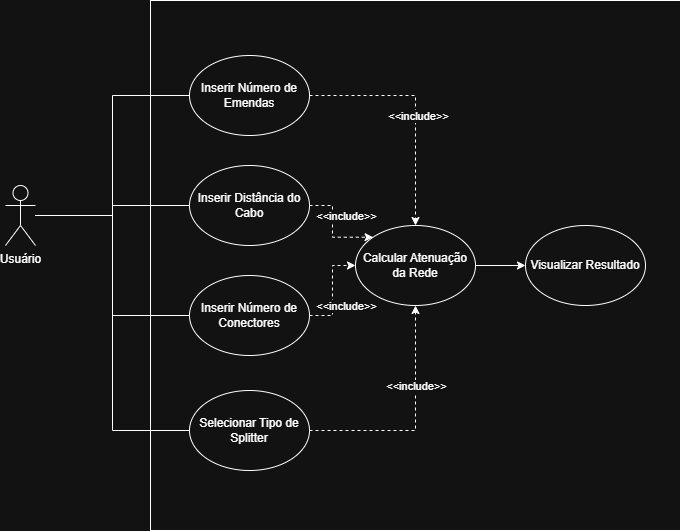
Above: Diagrama de caso de uso - GPON-Calculator.png in Danbr23/GPON-Calculator (draw.io), before the change. Source tidied: cells renumbered, new cells last; positions are measured from the earlier drawing's top-left corner, leaving out a move shared by most shapes.
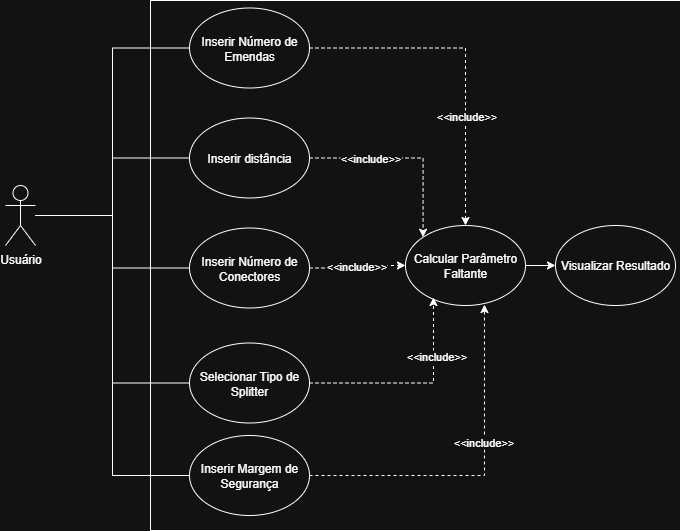
The same diagram one commit later.

Commit message:
Diagrama de caso de uso - ATUALIZADO

What changed in the source:
```diff
@@ -17,6 +17,9 @@
     <mxCell id="6" style="edgeStyle=orthogonalEdgeStyle;rounded=0;jettySize=auto;html=1;entryX=0;entryY=0.5;entryDx=0;entryDy=0;strokeColor=default;endArrow=none;startFill=0;" parent="1" edge="1" source="7" target="14">
       <mxGeometry relative="1" as="geometry" />
     </mxCell>
+    <mxCell id="23" style="edgeStyle=orthogonalEdgeStyle;rounded=0;jettySize=auto;html=1;entryX=0;entryY=0.5;entryDx=0;entryDy=0;endArrow=none;endFill=0;" parent="1" edge="1" source="7" target="24">
+      <mxGeometry relative="1" as="geometry" />
+    </mxCell>
     <mxCell id="7" value="Usuário" style="shape=umlActor;verticalLabelPosition=bottom;verticalAlign=top;html=1;outlineConnect=0;" parent="1" vertex="1">
       <mxGeometry y="185" width="30" height="60" as="geometry" />
     </mxCell>
@@ -25,49 +28,62 @@
     </mxCell>
     <mxCell id="9" value="&amp;lt;&amp;lt;include&lt;span style=&quot;background-color: light-dark(#ffffff, var(--ge-dark-color, #121212)); color: light-dark(rgb(0, 0, 0), rgb(255, 255, 255));&quot;&gt;&amp;gt;&amp;gt;&lt;/span&gt;" style="edgeLabel;html=1;align=center;verticalAlign=middle;" parent="8" vertex="1">
       <mxGeometry x="-0.24" y="-5" relative="1" as="geometry">
-        <mxPoint x="18" y="-3" as="offset" />
+        <mxPoint x="-13" y="-5" as="offset" />
       </mxGeometry>
     </mxCell>
-    <mxCell id="10" value="Inserir Distância do Cabo" style="ellipse;whiteSpace=wrap;html=1;" parent="1" vertex="1">
-      <mxGeometry x="184" y="165" width="120" height="80" as="geometry" />
+    <mxCell id="10" value="Inserir distância" style="ellipse;whiteSpace=wrap;html=1;" parent="1" vertex="1">
+      <mxGeometry x="184" y="117.5" width="120" height="80" as="geometry" />
     </mxCell>
     <mxCell id="11" value="Visualizar Resultado" style="ellipse;whiteSpace=wrap;html=1;" parent="1" vertex="1">
-      <mxGeometry x="520" y="225" width="120" height="80" as="geometry" />
+      <mxGeometry x="550" y="225" width="120" height="80" as="geometry" />
     </mxCell>
     <mxCell id="12" style="edgeStyle=orthogonalEdgeStyle;rounded=0;jettySize=auto;html=1;entryX=0.5;entryY=0;entryDx=0;entryDy=0;dashed=1;endArrow=classic;endFill=1;" parent="1" edge="1" source="14" target="16">
       <mxGeometry relative="1" as="geometry" />
     </mxCell>
     <mxCell id="13" value="&amp;lt;&amp;lt;include&lt;span style=&quot;color: light-dark(rgb(0, 0, 0), rgb(255, 255, 255));&quot;&gt;&amp;gt;&amp;gt;&lt;/span&gt;" style="edgeLabel;html=1;align=center;verticalAlign=middle;" parent="12" vertex="1">
-      <mxGeometry x="0.07" y="2" relative="1" as="geometry" />
+      <mxGeometry x="0.07" y="2" relative="1" as="geometry">
+        <mxPoint x="-2" y="46" as="offset" />
+      </mxGeometry>
     </mxCell>
     <mxCell id="14" value="Inserir Número de Emendas" style="ellipse;whiteSpace=wrap;html=1;" parent="1" vertex="1">
-      <mxGeometry x="184" y="55" width="120" height="80" as="geometry" />
+      <mxGeometry x="184" y="7.5" width="120" height="80" as="geometry" />
     </mxCell>
     <mxCell id="15" style="edgeStyle=orthogonalEdgeStyle;rounded=0;jettySize=auto;html=1;entryX=0;entryY=0.5;entryDx=0;entryDy=0;endArrow=classic;endFill=1;" parent="1" edge="1" source="16" target="11">
       <mxGeometry relative="1" as="geometry" />
     </mxCell>
-    <mxCell id="16" value="Calcular Atenuação da Rede" style="ellipse;whiteSpace=wrap;html=1;" parent="1" vertex="1">
-      <mxGeometry x="350" y="225" width="120" height="80" as="geometry" />
+    <mxCell id="16" value="Calcular Parâmetro Faltante" style="ellipse;whiteSpace=wrap;html=1;" parent="1" vertex="1">
+      <mxGeometry x="400" y="225" width="120" height="80" as="geometry" />
     </mxCell>
     <mxCell id="17" style="edgeStyle=orthogonalEdgeStyle;rounded=0;jettySize=auto;html=1;entryX=0;entryY=0.5;entryDx=0;entryDy=0;dashed=1;endArrow=classic;endFill=1;" parent="1" edge="1" source="19" target="16">
       <mxGeometry relative="1" as="geometry" />
     </mxCell>
     <mxCell id="18" value="&amp;lt;&amp;lt;include&lt;span style=&quot;color: light-dark(rgb(0, 0, 0), rgb(255, 255, 255));&quot;&gt;&amp;gt;&amp;gt;&lt;/span&gt;" style="edgeLabel;html=1;align=center;verticalAlign=middle;" parent="17" vertex="1">
       <mxGeometry x="-0.29" relative="1" as="geometry">
-        <mxPoint x="13" y="1" as="offset" />
+        <mxPoint x="11" y="-2" as="offset" />
       </mxGeometry>
     </mxCell>
     <mxCell id="19" value="Inserir Número de Conectores" style="ellipse;whiteSpace=wrap;html=1;" parent="1" vertex="1">
-      <mxGeometry x="184" y="275" width="120" height="80" as="geometry" />
+      <mxGeometry x="184" y="227.5" width="120" height="80" as="geometry" />
     </mxCell>
+    <mxCell id="22" value="Selecionar Tipo de Splitter" style="ellipse;whiteSpace=wrap;html=1;" parent="1" vertex="1">
+      <mxGeometry x="184" y="342.5" width="120" height="80" as="geometry" />
+    </mxCell>
+    <mxCell id="24" value="Inserir Margem de Segurança" style="ellipse;whiteSpace=wrap;html=1;" parent="1" vertex="1">
+      <mxGeometry x="184" y="435" width="120" height="80" as="geometry" />
+    </mxCell>
-    <mxCell id="20" style="edgeStyle=orthogonalEdgeStyle;rounded=0;jettySize=auto;html=1;entryX=0.5;entryY=1;entryDx=0;entryDy=0;dashed=1;endArrow=classic;endFill=1;" parent="1" edge="1" source="22" target="16">
+    <mxCell id="20" style="edgeStyle=orthogonalEdgeStyle;rounded=0;jettySize=auto;html=1;exitX=1;exitY=0.5;exitDx=0;exitDy=0;entryX=0.233;entryY=0.9;entryDx=0;entryDy=0;entryPerimeter=0;dashed=1;" parent="1" edge="1" source="22" target="16">
       <mxGeometry relative="1" as="geometry" />
     </mxCell>
-    <mxCell id="21" value="&amp;lt;&amp;lt;include&lt;span style=&quot;color: light-dark(rgb(0, 0, 0), rgb(255, 255, 255));&quot;&gt;&amp;gt;&amp;gt;&lt;/span&gt;" style="edgeLabel;html=1;align=center;verticalAlign=middle;" parent="20" vertex="1">
-      <mxGeometry x="0.31" relative="1" as="geometry" />
-    </mxCell>
-    <mxCell id="22" value="Selecionar Tipo de Splitter" style="ellipse;whiteSpace=wrap;html=1;" parent="1" vertex="1">
-      <mxGeometry x="184" y="390" width="120" height="80" as="geometry" />
-    </mxCell>
+    <mxCell id="25" value="&amp;lt;&amp;lt;include&lt;span style=&quot;color: light-dark(rgb(0, 0, 0), rgb(255, 255, 255));&quot;&gt;&amp;gt;&amp;gt;&lt;/span&gt;" style="edgeLabel;html=1;align=center;verticalAlign=middle;" parent="20" vertex="1">
+      <mxGeometry x="-0.11" y="-2" relative="1" as="geometry">
+        <mxPoint x="33" y="-29" as="offset" />
+      </mxGeometry>
+    </mxCell>
+    <mxCell id="26" style="edgeStyle=orthogonalEdgeStyle;rounded=0;jettySize=auto;html=1;exitX=1;exitY=0.5;exitDx=0;exitDy=0;entryX=0.658;entryY=0.988;entryDx=0;entryDy=0;entryPerimeter=0;dashed=1;" parent="1" edge="1" source="24" target="16">
+      <mxGeometry relative="1" as="geometry" />
+    </mxCell>
+    <mxCell id="27" value="&amp;lt;&amp;lt;include&lt;span style=&quot;color: light-dark(rgb(0, 0, 0), rgb(255, 255, 255));&quot;&gt;&amp;gt;&amp;gt;&lt;/span&gt;" style="edgeLabel;html=1;align=center;verticalAlign=middle;" parent="26" vertex="1">
+      <mxGeometry x="0.21" y="1" relative="1" as="geometry" />
+    </mxCell>
   </root>
 </mxGraphModel>
```
